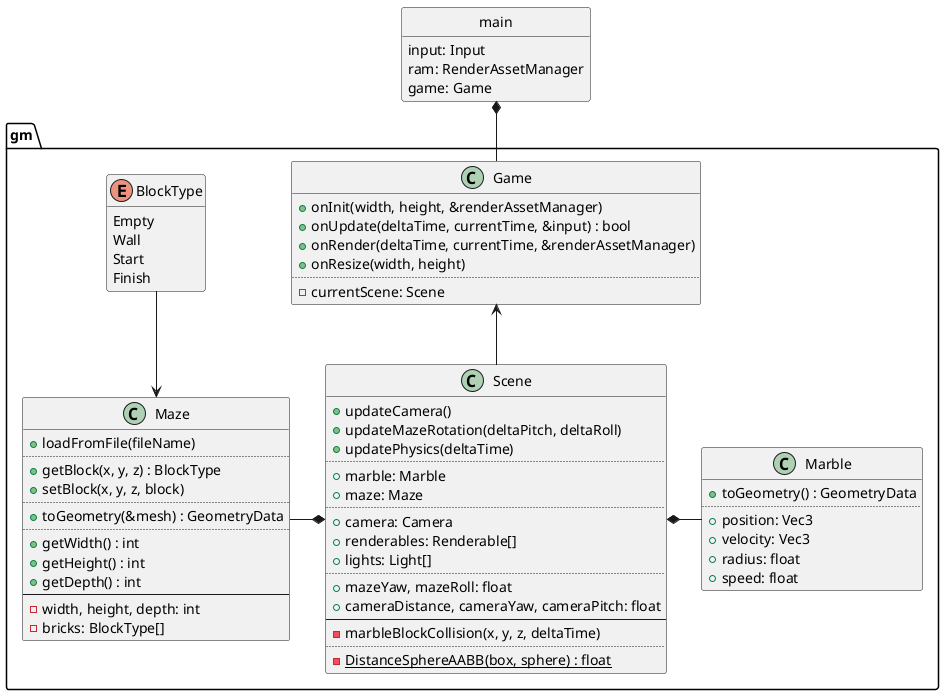
This is design/game.png from ba6er/marblemaze, a PlantUML export, as it was before one commit.
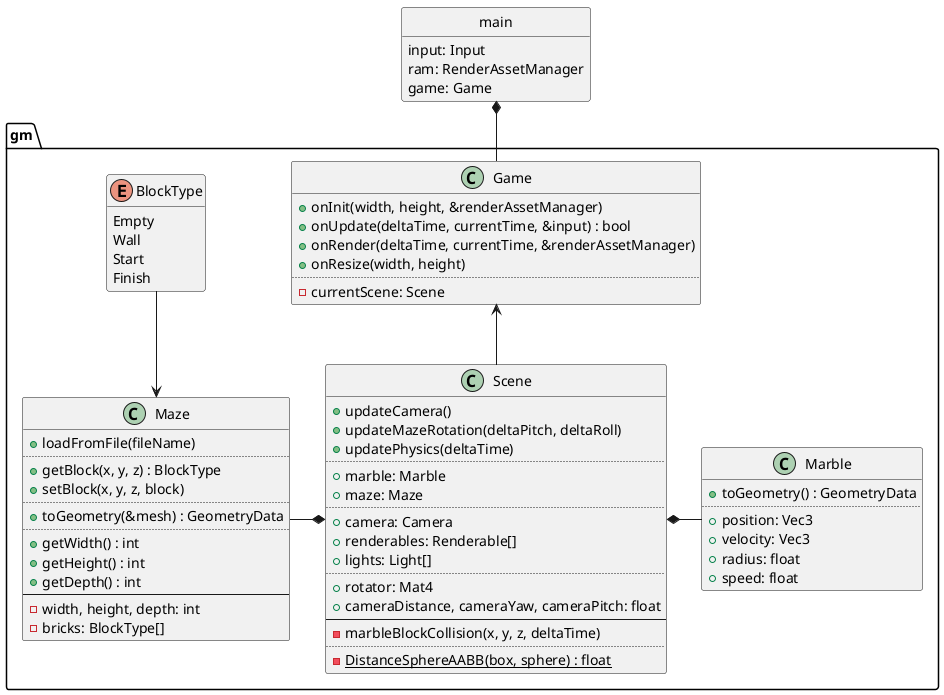
The same file after the commit.

What changed in the source:
```diff
@@ -22,7 +22,7 @@
 	+renderables: Renderable[]
 	+lights: Light[]
 	..
-	+mazeYaw, mazeRoll: float
+	+rotator: Mat4
 	+cameraDistance, cameraYaw, cameraPitch: float
 	--
 	-marbleBlockCollision(x, y, z, deltaTime)
```
